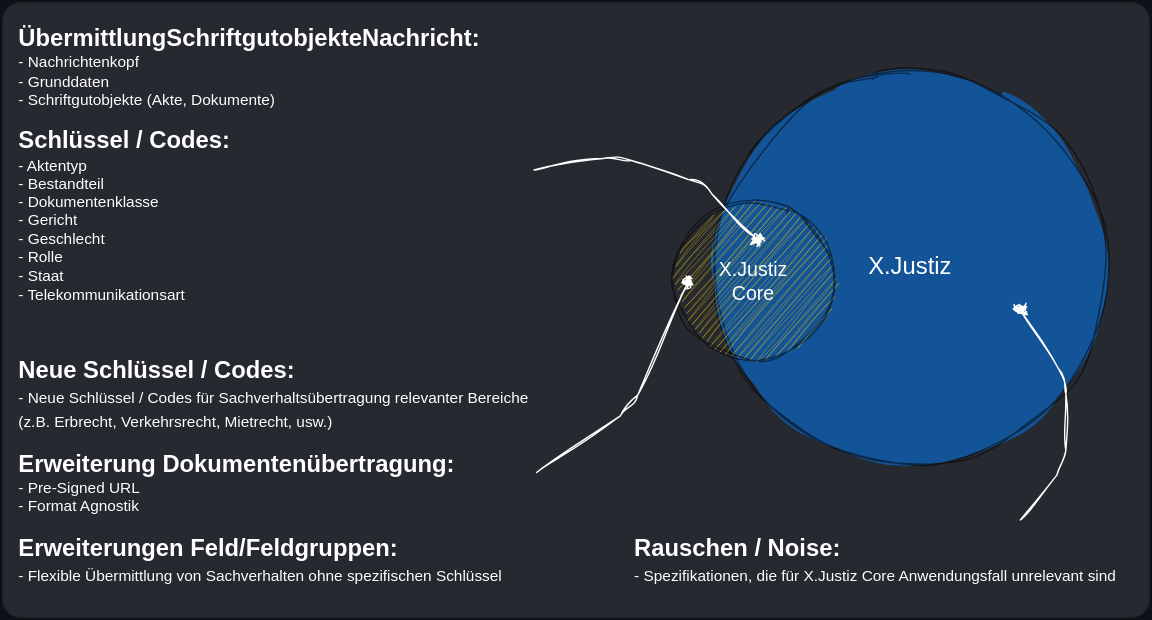
This is .media/README/xjustizcore-venn_DE.drawio.svg from l-pagel/X.Justiz.Core, a draw.io export, as it was before one commit. Source tidied: cells renumbered, new cells last; positions are measured from the earlier drawing's top-left corner, leaving out a move shared by most shapes.
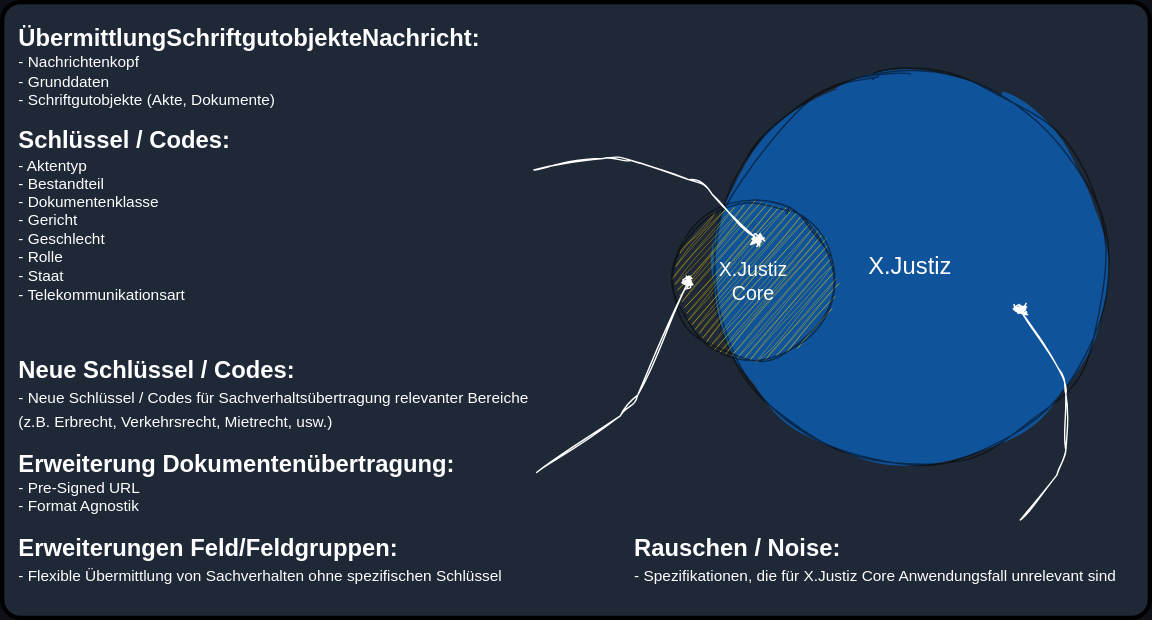
Later version of the same file.

What changed in the source:
```diff
@@ -2,9 +2,9 @@
   <root>
     <mxCell id="0" />
     <mxCell id="1" parent="0" />
-    <mxCell id="2" style="rounded=1;whiteSpace=wrap;html=1;hachureGap=4;fontFamily=Architects Daughter;fontSource=https%3A%2F%2Ffonts.googleapis.com%2Fcss%3Ffamily%3DArchitects%2BDaughter;fontSize=20;fontColor=#FFFFFF;fillColor=#FFFFFF;opacity=10;strokeWidth=3;glass=0;arcSize=3;" parent="1" vertex="1">
-      <mxGeometry width="820" height="440" as="geometry" />
-    </mxCell>
+    <mxCell id="11" style="rounded=1;whiteSpace=wrap;html=1;hachureGap=4;fontFamily=Architects Daughter;fontSource=https%3A%2F%2Ffonts.googleapis.com%2Fcss%3Ffamily%3DArchitects%2BDaughter;fontSize=20;fontColor=#FFFFFF;fillColor=#1E2836;strokeWidth=3;glass=0;arcSize=3;fillStyle=auto;" parent="1" vertex="1">
+      <mxGeometry width="820" height="440" as="geometry" />
+    </mxCell>
     <mxCell id="3" value="&lt;b&gt;&lt;font style=&quot;font-size: 17px;&quot;&gt;ÜbermittlungSchriftgutobjekteNachricht:&lt;/font&gt;&lt;/b&gt;&lt;br&gt;&lt;div style=&quot;font-size: 13px;&quot;&gt;&lt;/div&gt;&lt;div style=&quot;font-size: 11px;&quot;&gt;&lt;div&gt;&lt;div&gt;&lt;span style=&quot;background-color: initial;&quot;&gt;-&amp;nbsp;&lt;/span&gt;&lt;span style=&quot;background-color: initial;&quot;&gt;Nachrichtenkopf&lt;/span&gt;&lt;/div&gt;&lt;div&gt;&lt;/div&gt;&lt;div&gt;&lt;span style=&quot;background-color: initial;&quot;&gt;-&amp;nbsp;&lt;/span&gt;&lt;span style=&quot;background-color: initial;&quot;&gt;Grunddaten&lt;br&gt;- Schriftgutobjekte (Akte, Dokumente)&lt;/span&gt;&lt;/div&gt;&lt;div&gt;&lt;span style=&quot;background-color: initial;&quot;&gt;&lt;br&gt;&lt;/span&gt;&lt;/div&gt;&lt;span style=&quot;background-color: initial;&quot;&gt;&lt;b&gt;&lt;font style=&quot;font-size: 17px;&quot;&gt;Schlüssel / Codes:&lt;/font&gt;&lt;/b&gt;&lt;/span&gt;&lt;/div&gt;&lt;div&gt;&lt;div style=&quot;&quot;&gt;&lt;/div&gt;&lt;/div&gt;&lt;div&gt;&lt;span style=&quot;background-color: initial;&quot;&gt;-&amp;nbsp;&lt;/span&gt;&lt;span style=&quot;background-color: initial;&quot;&gt;Aktentyp&lt;/span&gt;&lt;/div&gt;&lt;div&gt;&lt;/div&gt;&lt;div&gt;&lt;div&gt;&lt;span style=&quot;background-color: initial;&quot;&gt;-&amp;nbsp;&lt;/span&gt;&lt;span style=&quot;background-color: initial;&quot;&gt;Bestandteil&lt;/span&gt;&lt;/div&gt;&lt;span style=&quot;background-color: initial;&quot;&gt;&lt;div&gt;&lt;span style=&quot;background-color: initial;&quot;&gt;- Dokumentenklasse&lt;/span&gt;&lt;/div&gt;&lt;div&gt;&lt;span style=&quot;background-color: initial;&quot;&gt;- Gericht&lt;/span&gt;&lt;/div&gt;&lt;div&gt;&lt;span style=&quot;background-color: initial;&quot;&gt;- Geschlecht&lt;/span&gt;&lt;/div&gt;&lt;div&gt;&lt;span style=&quot;background-color: initial;&quot;&gt;- Rolle&lt;/span&gt;&lt;/div&gt;&lt;div&gt;&lt;span style=&quot;background-color: initial;&quot;&gt;- Staat&lt;/span&gt;&lt;/div&gt;&lt;div&gt;&lt;span style=&quot;background-color: initial;&quot;&gt;- Telekommunikationsart&lt;/span&gt;&lt;/div&gt;&lt;/span&gt;&lt;/div&gt;&lt;/div&gt;&lt;div style=&quot;&quot;&gt;&lt;/div&gt;" style="text;html=1;strokeColor=none;fillColor=none;align=left;verticalAlign=top;whiteSpace=wrap;rounded=0;fillStyle=auto;fontSize=14;opacity=50;sketch=1;curveFitting=1;jiggle=2;fontColor=#FFFFFF;" parent="1" vertex="1">
       <mxGeometry x="10" y="10" width="370" height="220" as="geometry" />
     </mxCell>
```
